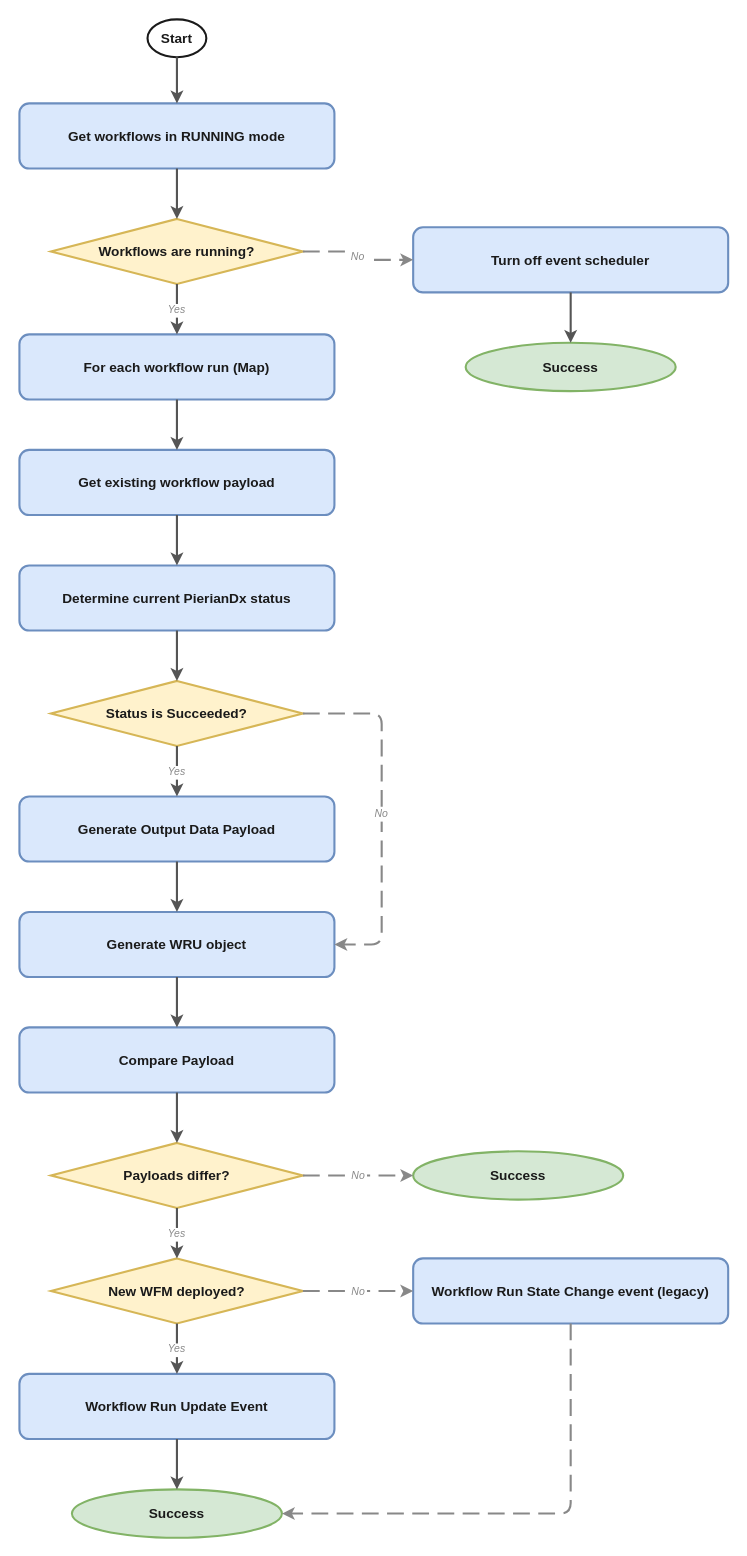
Earlier version of the draw.io diagram docs/draw-io-exports/monitor-pdx-runs.drawio (OrcaBus/service-pieriandx-tso500-ctdna-pipeline-manager). Source tidied: cells renumbered, new cells numbered last; positions are measured from the earlier drawing's top-left corner, leaving out a move shared by most shapes. Both pictures are drawn from the tidied source at 105%, with x=0, y=0 at pixel (19, 19).
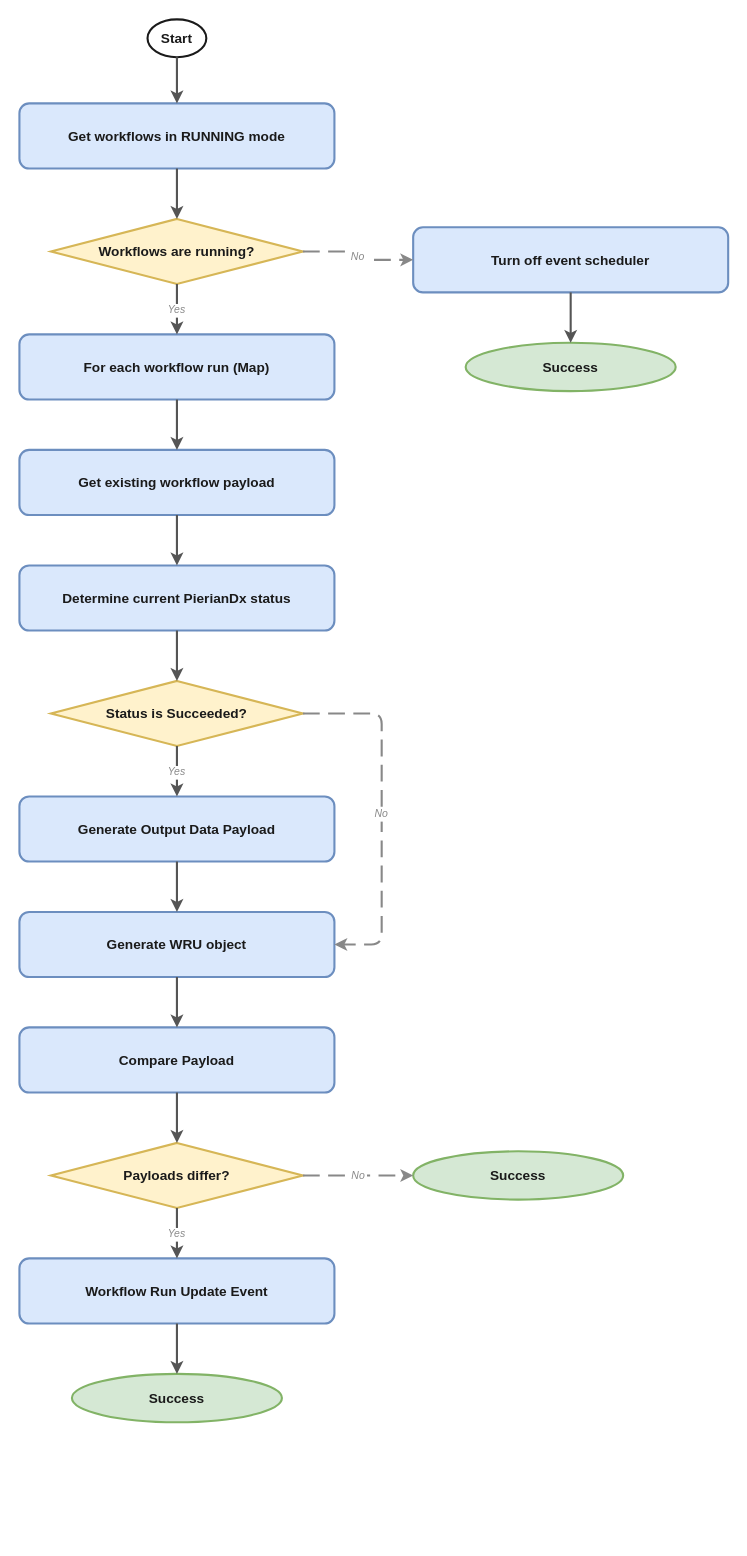
After the change.

Commit message (it also covers changes not shown here):
Update monitor-pdx-runs and launch-pdx-from-ready-event drawio docs

Diff of the diagram source:
```diff
@@
-    <mxCell id="16" value="New WFM deployed?" style="rhombus;whiteSpace=wrap;html=1;fillColor=#fff2cc;strokeColor=#d6b656;strokeWidth=2;fontSize=13;fontStyle=1;fontColor=#1a1a1a;" parent="1" vertex="1">
-      <mxGeometry x="30" y="1180" width="240" height="62" as="geometry" />
+    <mxCell id="16" value="Workflow Run Update Event" style="rounded=1;whiteSpace=wrap;html=1;fillColor=#dae8fc;strokeColor=#6c8ebf;strokeWidth=2;fontSize=13;fontStyle=1;fontColor=#1a1a1a;" parent="1" vertex="1">
+      <mxGeometry y="1180" width="300" height="62" as="geometry" />
     </mxCell>
-    <mxCell id="17" value="Workflow Run Update Event" style="rounded=1;whiteSpace=wrap;html=1;fillColor=#dae8fc;strokeColor=#6c8ebf;strokeWidth=2;fontSize=13;fontStyle=1;fontColor=#1a1a1a;" parent="1" vertex="1">
-      <mxGeometry y="1290" width="300" height="62" as="geometry" />
+    <mxCell id="17" value="Success" style="ellipse;whiteSpace=wrap;html=1;fillColor=#d5e8d4;strokeColor=#82b366;strokeWidth=2;fontSize=13;fontStyle=1;fontColor=#1a1a1a;arcSize=50;" parent="1" vertex="1">
+      <mxGeometry x="50" y="1290" width="200" height="46" as="geometry" />
     </mxCell>
-    <mxCell id="18" value="Workflow Run State Change event (legacy)" style="rounded=1;whiteSpace=wrap;html=1;fillColor=#dae8fc;strokeColor=#6c8ebf;strokeWidth=2;fontSize=13;fontStyle=1;fontColor=#1a1a1a;" parent="1" vertex="1">
-      <mxGeometry x="375" y="1180" width="300" height="62" as="geometry" />
-    </mxCell>
-    <mxCell id="19" value="Success" style="ellipse;whiteSpace=wrap;html=1;fillColor=#d5e8d4;strokeColor=#82b366;strokeWidth=2;fontSize=13;fontStyle=1;fontColor=#1a1a1a;arcSize=50;" parent="1" vertex="1">
-      <mxGeometry x="50" y="1400" width="200" height="46" as="geometry" />
-    </mxCell>
@@
-    <mxCell id="35" value="Yes" style="edgeStyle=orthogonalEdgeStyle;strokeColor=#555555;strokeWidth=2;fontSize=10;fontColor=#888888;fontStyle=2;exitX=0.5;exitY=1;exitDx=0;exitDy=0;entryX=0.5;entryY=0;entryDx=0;entryDy=0;" parent="1" edge="1" source="16" target="17">
+    <mxCell id="35" style="edgeStyle=orthogonalEdgeStyle;strokeColor=#555555;strokeWidth=2;exitX=0.5;exitY=1;exitDx=0;exitDy=0;entryX=0.5;entryY=0;entryDx=0;entryDy=0;" parent="1" edge="1" source="16" target="17">
       <mxGeometry relative="1" as="geometry" />
     </mxCell>
-    <mxCell id="36" value="No" style="edgeStyle=orthogonalEdgeStyle;strokeColor=#888888;strokeWidth=2;dashed=1;dashPattern=8 4;fontSize=10;fontColor=#888888;fontStyle=2;exitX=1;exitY=0.5;exitDx=0;exitDy=0;entryX=0;entryY=0.5;entryDx=0;entryDy=0;" parent="1" edge="1" source="16" target="18">
-      <mxGeometry relative="1" as="geometry" />
-    </mxCell>
-    <mxCell id="37" style="edgeStyle=orthogonalEdgeStyle;strokeColor=#555555;strokeWidth=2;exitX=0.5;exitY=1;exitDx=0;exitDy=0;entryX=0.5;entryY=0;entryDx=0;entryDy=0;" parent="1" edge="1" source="17" target="19">
-      <mxGeometry relative="1" as="geometry" />
-    </mxCell>
-    <mxCell id="38" style="edgeStyle=orthogonalEdgeStyle;strokeColor=#888888;strokeWidth=2;dashed=1;dashPattern=8 4;exitX=0.5;exitY=1;exitDx=0;exitDy=0;entryX=1;entryY=0.5;entryDx=0;entryDy=0;" parent="1" edge="1" source="18" target="19">
-      <mxGeometry relative="1" as="geometry" />
-    </mxCell>
```
